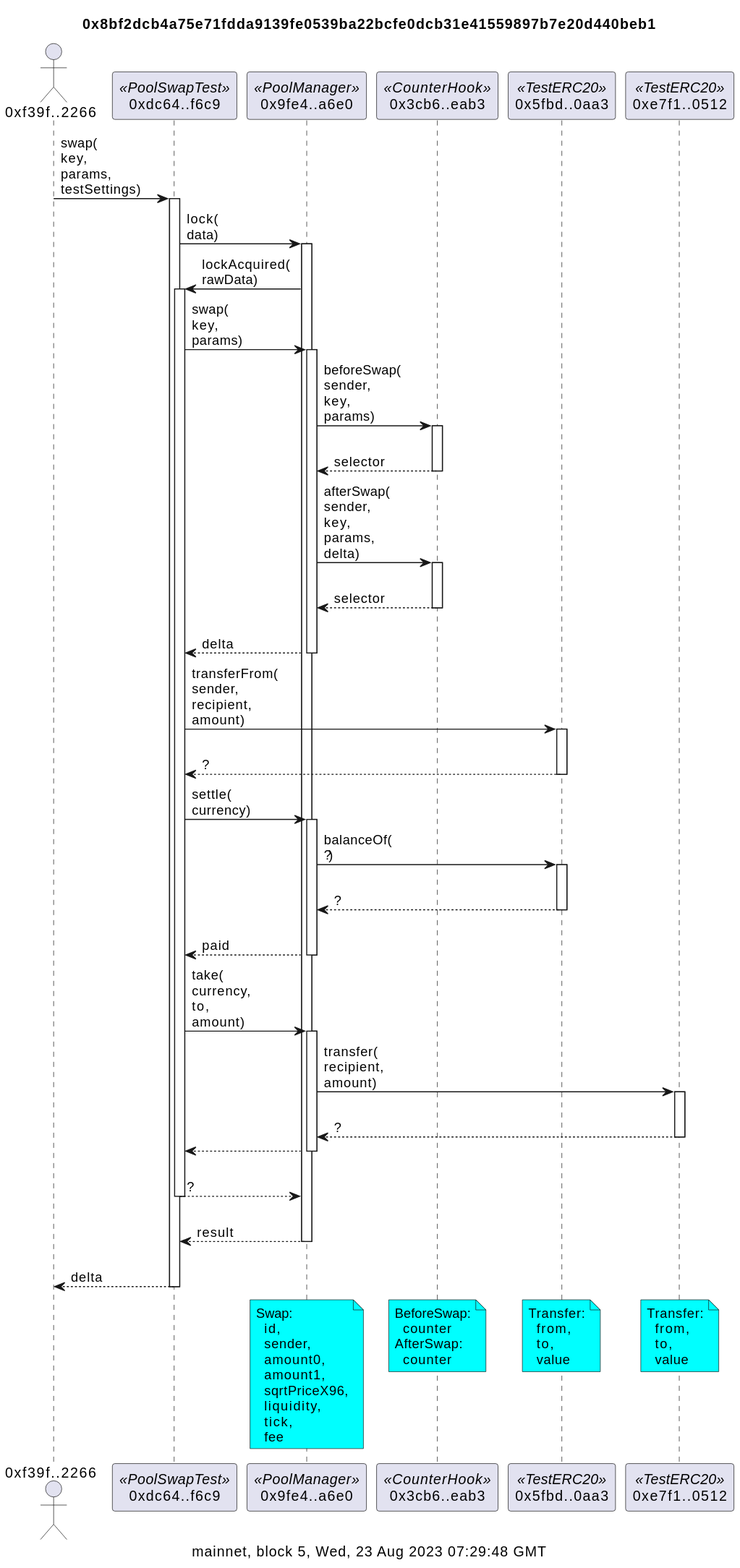
Before: docs/counterSwapSummary.svg, a diagram exported from PlantUML (naddison36/uniswap-v4-hooks).
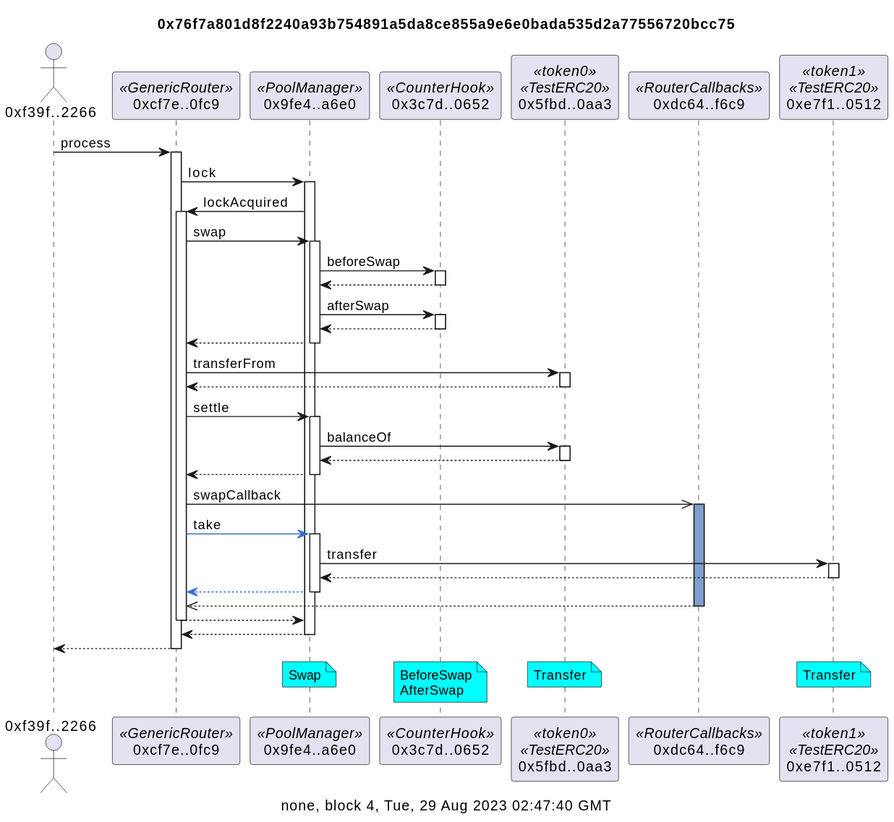
The same diagram one commit later.

Diff of the diagram source:
```diff
@@ -1,78 +1,66 @@
 @startuml
-title 0x8bf2dcb4a75e71fdda9139fe0539ba22bcfe0dcb31e41559897b7e20d440beb1
+title 0x76f7a801d8f2240a93b754891a5da8ce855a9e6e0bada535d2a77556720bcc75
 
-caption mainnet, block 5, Wed, 23 Aug 2023 07:29:48 GMT
+caption none, block 4, Tue, 29 Aug 2023 02:47:40 GMT
 actor "0xf39f..2266" as f39f2266
-participant "0xdc64..f6c9" as dc64f6c9 <<PoolSwapTest>>
+participant "0xcf7e..0fc9" as cf7e0fc9 <<GenericRouter>>
 participant "0x9fe4..a6e0" as 9fe4a6e0 <<PoolManager>>
-participant "0x3cb6..eab3" as 3cb6eab3 <<CounterHook>>
-participant "0x5fbd..0aa3" as 5fbd0aa3 <<TestERC20>>
-participant "0xe7f1..0512" as e7f10512 <<TestERC20>>
+participant "0x3c7d..0652" as 3c7d0652 <<CounterHook>>
+participant "0x5fbd..0aa3" as 5fbd0aa3 <<token0>><<TestERC20>>
+participant "0xdc64..f6c9" as dc64f6c9 <<RouterCallbacks>>
+participant "0xe7f1..0512" as e7f10512 <<token1>><<TestERC20>>
 
-f39f2266 -> dc64f6c9: swap(\nkey,\nparams,\ntestSettings)
-activate dc64f6c9
-dc64f6c9 -> 9fe4a6e0: lock(\ndata)
+f39f2266 -> cf7e0fc9: process
+activate cf7e0fc9
+cf7e0fc9 -> 9fe4a6e0: lock
 activate 9fe4a6e0
-9fe4a6e0 -> dc64f6c9: lockAcquired(\nrawData)
-activate dc64f6c9
-dc64f6c9 -> 9fe4a6e0: swap(\nkey,\nparams)
+9fe4a6e0 -> cf7e0fc9: lockAcquired
+activate cf7e0fc9
+cf7e0fc9 -> 9fe4a6e0: swap
 activate 9fe4a6e0
-9fe4a6e0 -> 3cb6eab3: beforeSwap(\nsender,\nkey,\nparams)
-activate 3cb6eab3
-return\nselector
-9fe4a6e0 -> 3cb6eab3: afterSwap(\nsender,\nkey,\nparams,\ndelta)
-activate 3cb6eab3
-return\nselector
-return\ndelta
-dc64f6c9 -> 5fbd0aa3: transferFrom(\nsender,\nrecipient,\namount)
+9fe4a6e0 -> 3c7d0652: beforeSwap
+activate 3c7d0652
+return
+9fe4a6e0 -> 3c7d0652: afterSwap
+activate 3c7d0652
+return
+return
+cf7e0fc9 -> 5fbd0aa3: transferFrom
 activate 5fbd0aa3
-return\n?
-dc64f6c9 -> 9fe4a6e0: settle(\ncurrency)
+return
+cf7e0fc9 -> 9fe4a6e0: settle
 activate 9fe4a6e0
-9fe4a6e0 -> 5fbd0aa3: balanceOf(\n?)
+9fe4a6e0 -> 5fbd0aa3: balanceOf
 activate 5fbd0aa3
-return\n?
-return\npaid
-dc64f6c9 -> 9fe4a6e0: take(\ncurrency,\nto,\namount)
+return
+return
+cf7e0fc9 ->> dc64f6c9: swapCallback
+activate dc64f6c9 #809ECB
+cf7e0fc9 -[#3471CD]> 9fe4a6e0: take
 activate 9fe4a6e0
-9fe4a6e0 -> e7f10512: transfer(\nrecipient,\namount)
+9fe4a6e0 -> e7f10512: transfer
 activate e7f10512
-return\n?
 return
-return\n?
-return\nresult
-return\ndelta
+return
+return
+return
+return
+return
 
 note over 9fe4a6e0 #aqua
-Swap:
-  id,
-  sender,
-  amount0,
-  amount1,
-  sqrtPriceX96,
-  liquidity,
-  tick,
-  fee
+Swap
 end note
 
-/ note over 3cb6eab3 #aqua
-BeforeSwap:
-  counter
-AfterSwap:
-  counter
+/ note over 3c7d0652 #aqua
+BeforeSwap
+AfterSwap
 end note
 
 / note over 5fbd0aa3 #aqua
-Transfer:
-  from,
-  to,
-  value
+Transfer
 end note
 
 / note over e7f10512 #aqua
-Transfer:
-  from,
-  to,
-  value
+Transfer
 end note
 @enduml
```
